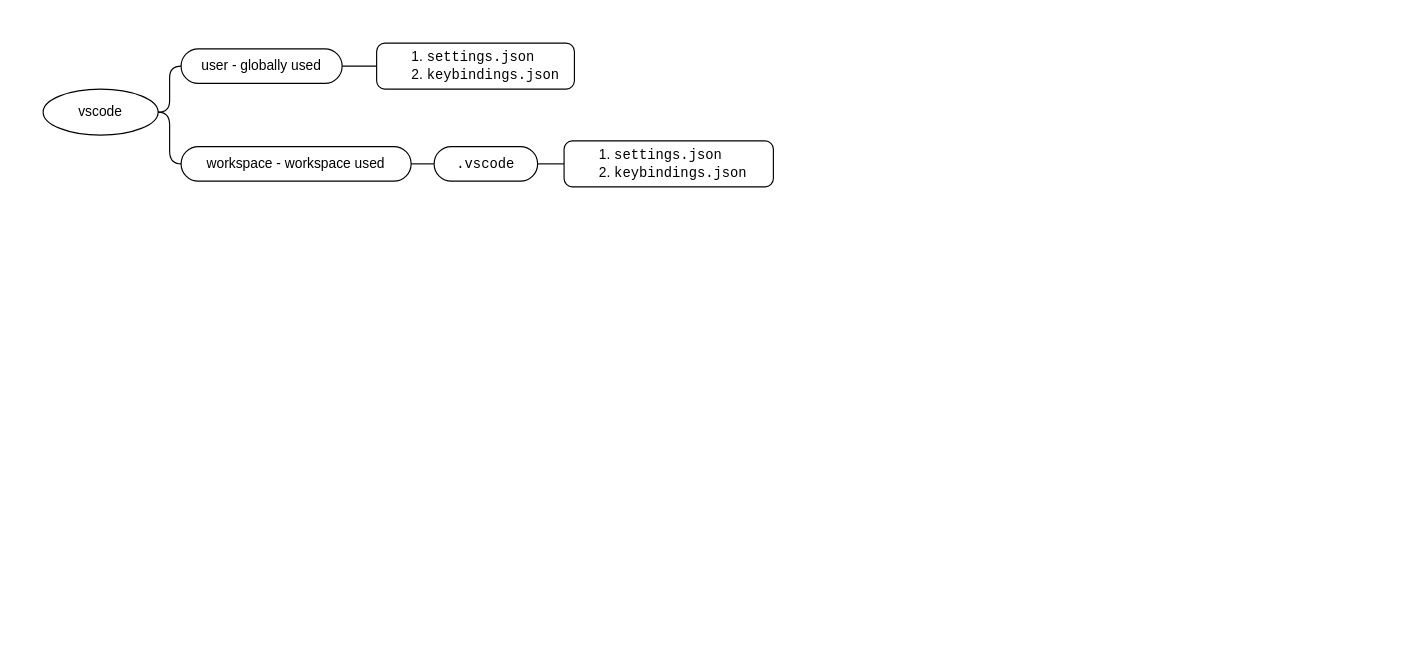
yangdj/tf_docs keeps this draw.io diagram as page "vscode" (1 of 4) of editor/vscode/vscode.drawio. Above is the earlier version. Source tidied: cells renumbered, new cells numbered last; positions are measured from the earlier drawing's top-left corner, leaving out a move shared by most shapes. Both pictures are drawn from the tidied source at 115%, with x=0, y=0 at pixel (20, 20).
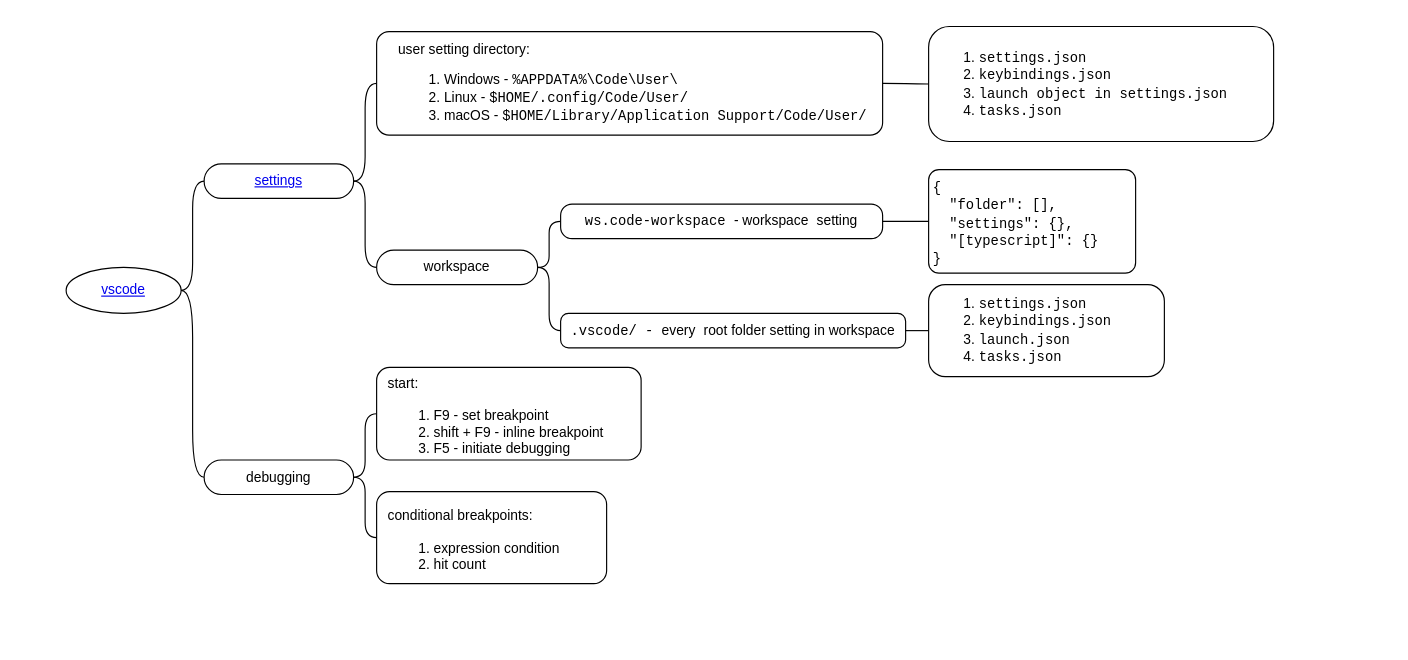
Above is the later version.

The edit, as a diff of the source:
```diff
@@
     <mxCell id="2" style="swimlane;html=1;startSize=20;horizontal=1;containerType=tree;fillColor=none;strokeColor=none;" parent="1" vertex="1">
-      <mxGeometry width="730" height="290" as="geometry" />
+      <mxGeometry width="1190" height="540" as="geometry" />
     </mxCell>
-    <mxCell id="3" style="edgeStyle=entityRelationEdgeStyle;startArrow=none;endArrow=none;segment=10;curved=1;" parent="2" edge="1" source="4" target="5">
+    <mxCell id="3" style="edgeStyle=entityRelationEdgeStyle;startArrow=none;endArrow=none;segment=10;curved=1;exitX=1;exitY=0.5;exitDx=0;exitDy=0;" parent="2" edge="1" source="19" target="5">
       <mxGeometry relative="1" as="geometry" />
     </mxCell>
-    <mxCell id="4" value="vscode" style="ellipse;whiteSpace=wrap;html=1;align=center;" parent="2" vertex="1">
-      <mxGeometry x="20" y="60" width="100" height="40" as="geometry" />
+    <mxCell id="4" value="&lt;a href=&quot;https://code.visualstudio.com/&quot;&gt;vscode&lt;/a&gt;" style="ellipse;whiteSpace=wrap;html=1;align=center;" parent="2" vertex="1">
+      <mxGeometry x="40" y="215" width="100" height="40" as="geometry" />
     </mxCell>
-    <mxCell id="5" value="user - globally used" style="whiteSpace=wrap;html=1;rounded=1;arcSize=50;align=center;verticalAlign=middle;strokeWidth=1;spacing=4;" parent="2" vertex="1">
-      <mxGeometry x="140" y="25" width="140" height="30" as="geometry" />
+    <mxCell id="5" value="user setting directory:&lt;br&gt;&lt;ol&gt;&lt;li&gt;Windows - &lt;font face=&quot;Courier New&quot;&gt;%APPDATA%\Code\User\&lt;/font&gt;&lt;/li&gt;&lt;li&gt;Linux - &lt;font face=&quot;Courier New&quot;&gt;$HOME/.config/Code/User/&lt;/font&gt;&lt;br&gt;&lt;/li&gt;&lt;li&gt;macOS -&amp;nbsp;&lt;font face=&quot;Courier New&quot;&gt;$HOME/Library/Application Support/Code/User/&lt;/font&gt;&lt;/li&gt;&lt;/ol&gt;" style="whiteSpace=wrap;html=1;rounded=1;arcSize=12;align=left;verticalAlign=top;strokeWidth=1;spacing=4;spacingLeft=15;" parent="2" vertex="1">
+      <mxGeometry x="310" y="10" width="440" height="90" as="geometry" />
     </mxCell>
@@
-    <mxCell id="7" value="&lt;ol&gt;&lt;li&gt;&lt;font face=&quot;Courier New&quot;&gt;settings.json&lt;/font&gt;&lt;/li&gt;&lt;li&gt;&lt;font face=&quot;Courier New&quot;&gt;keybindings.json&lt;/font&gt;&lt;/li&gt;&lt;/ol&gt;" style="whiteSpace=wrap;html=1;rounded=1;arcSize=18;align=left;verticalAlign=middle;strokeWidth=1;spacing=4;" parent="2" vertex="1">
-      <mxGeometry x="310" y="20" width="172" height="40" as="geometry" />
+    <mxCell id="7" value="&lt;ol&gt;&lt;li&gt;&lt;font face=&quot;Courier New&quot;&gt;settings.json&lt;/font&gt;&lt;/li&gt;&lt;li&gt;&lt;font face=&quot;Courier New&quot;&gt;keybindings.json&lt;/font&gt;&lt;/li&gt;&lt;li&gt;&lt;font face=&quot;Courier New&quot;&gt;launch object in settings.json&lt;/font&gt;&lt;/li&gt;&lt;li&gt;&lt;font face=&quot;Courier New&quot;&gt;tasks.json&lt;/font&gt;&lt;/li&gt;&lt;/ol&gt;" style="whiteSpace=wrap;html=1;rounded=1;arcSize=18;align=left;verticalAlign=middle;strokeWidth=1;spacing=4;" parent="2" vertex="1">
+      <mxGeometry x="790" y="5.5" width="300" height="100" as="geometry" />
     </mxCell>
-    <mxCell id="8" style="edgeStyle=entityRelationEdgeStyle;startArrow=none;endArrow=none;segment=10;curved=1;" parent="2" edge="1" source="4" target="9">
+    <mxCell id="8" style="edgeStyle=entityRelationEdgeStyle;startArrow=none;endArrow=none;segment=10;curved=1;exitX=1;exitY=0.5;exitDx=0;exitDy=0;" parent="2" edge="1" source="19" target="9">
       <mxGeometry relative="1" as="geometry" />
     </mxCell>
-    <mxCell id="9" value="workspace - workspace used" style="whiteSpace=wrap;html=1;rounded=1;arcSize=50;align=center;verticalAlign=middle;strokeWidth=1;spacing=4;" parent="2" vertex="1">
-      <mxGeometry x="140" y="110" width="200" height="30" as="geometry" />
+    <mxCell id="9" value="workspace" style="whiteSpace=wrap;html=1;rounded=1;arcSize=50;align=center;verticalAlign=middle;strokeWidth=1;spacing=4;" parent="2" vertex="1">
+      <mxGeometry x="310" y="200" width="140" height="30" as="geometry" />
     </mxCell>
@@
-    <mxCell id="11" value="&lt;font face=&quot;Courier New&quot;&gt;.vscode&lt;/font&gt;" style="whiteSpace=wrap;html=1;rounded=1;arcSize=50;align=center;verticalAlign=middle;strokeWidth=1;spacing=4;" parent="2" vertex="1">
-      <mxGeometry x="360" y="110" width="90" height="30" as="geometry" />
+    <mxCell id="11" value="&lt;font face=&quot;Courier New&quot;&gt;.vscode/ - &lt;/font&gt;every&lt;font face=&quot;Courier New&quot;&gt;&amp;nbsp;&lt;/font&gt;root folder setting in workspace" style="whiteSpace=wrap;html=1;rounded=1;arcSize=23;align=center;verticalAlign=middle;strokeWidth=1;spacing=4;" parent="2" vertex="1">
+      <mxGeometry x="470" y="255" width="300" height="30" as="geometry" />
     </mxCell>
@@
-    <mxCell id="13" value="&lt;ol&gt;&lt;li&gt;&lt;font face=&quot;Courier New&quot;&gt;settings.json&lt;/font&gt;&lt;/li&gt;&lt;li&gt;&lt;font face=&quot;Courier New&quot;&gt;keybindings.json&lt;/font&gt;&lt;/li&gt;&lt;/ol&gt;" style="whiteSpace=wrap;html=1;rounded=1;arcSize=18;align=left;verticalAlign=middle;strokeWidth=1;spacing=4;" parent="2" vertex="1">
-      <mxGeometry x="473" y="105" width="182" height="40" as="geometry" />
+    <mxCell id="13" value="&lt;ol&gt;&lt;li&gt;&lt;font face=&quot;Courier New&quot;&gt;settings.json&lt;/font&gt;&lt;/li&gt;&lt;li&gt;&lt;font face=&quot;Courier New&quot;&gt;keybindings.json&lt;/font&gt;&lt;/li&gt;&lt;li&gt;&lt;font face=&quot;Courier New&quot;&gt;launch.json&lt;/font&gt;&lt;/li&gt;&lt;li&gt;&lt;font face=&quot;Courier New&quot;&gt;tasks.json&lt;/font&gt;&lt;/li&gt;&lt;/ol&gt;" style="whiteSpace=wrap;html=1;rounded=1;arcSize=18;align=left;verticalAlign=middle;strokeWidth=1;spacing=4;" parent="2" vertex="1">
+      <mxGeometry x="790" y="230" width="205" height="80" as="geometry" />
     </mxCell>
+    <mxCell id="14" style="edgeStyle=entityRelationEdgeStyle;startArrow=none;endArrow=none;segment=10;curved=1;exitX=1;exitY=0.5;exitDx=0;exitDy=0;" parent="2" edge="1" source="9" target="15">
+      <mxGeometry relative="1" as="geometry" />
+    </mxCell>
+    <mxCell id="15" value="&lt;font face=&quot;Courier New&quot;&gt;ws.code-workspace &lt;/font&gt;- workspace&lt;font face=&quot;Courier New&quot;&gt;&amp;nbsp;&lt;/font&gt;setting" style="whiteSpace=wrap;html=1;rounded=1;arcSize=33;align=center;verticalAlign=middle;strokeWidth=1;spacing=4;" parent="2" vertex="1">
+      <mxGeometry x="470" y="160" width="280" height="30" as="geometry" />
+    </mxCell>
+    <mxCell id="16" style="edgeStyle=entityRelationEdgeStyle;startArrow=none;endArrow=none;segment=10;curved=1;exitX=1;exitY=0.5;exitDx=0;exitDy=0;entryX=0;entryY=0.5;entryDx=0;entryDy=0;" parent="2" edge="1" source="15" target="17">
+      <mxGeometry relative="1" as="geometry" />
+    </mxCell>
+    <mxCell id="17" value="&lt;font face=&quot;Courier New&quot; style=&quot;font-size: 12px&quot;&gt;{&lt;br&gt;&amp;nbsp; &quot;folder&quot;: [],&lt;br&gt;&amp;nbsp; &quot;settings&quot;: {},&lt;br&gt;&amp;nbsp; &quot;[typescript]&quot;: {}&lt;br&gt;}&lt;br&gt;&lt;/font&gt;" style="whiteSpace=wrap;html=1;rounded=1;arcSize=10;align=left;verticalAlign=top;strokeWidth=1;spacing=4;" parent="2" vertex="1">
+      <mxGeometry x="790" y="130" width="180" height="90" as="geometry" />
+    </mxCell>
+    <mxCell id="18" style="edgeStyle=entityRelationEdgeStyle;startArrow=none;endArrow=none;segment=10;curved=1;" parent="2" edge="1" source="4" target="19">
+      <mxGeometry relative="1" as="geometry" />
+    </mxCell>
+    <mxCell id="19" value="&lt;a href=&quot;https://code.visualstudio.com/docs/getstarted/settings&quot;&gt;settings&lt;/a&gt;" style="whiteSpace=wrap;html=1;rounded=1;arcSize=50;align=center;verticalAlign=middle;strokeWidth=1;spacing=4;" parent="2" vertex="1">
+      <mxGeometry x="160" y="125" width="130" height="30" as="geometry" />
+    </mxCell>
+    <mxCell id="20" style="edgeStyle=entityRelationEdgeStyle;startArrow=none;endArrow=none;segment=10;curved=1;" parent="2" edge="1" source="4" target="21">
+      <mxGeometry relative="1" as="geometry" />
+    </mxCell>
+    <mxCell id="21" value="debugging" style="whiteSpace=wrap;html=1;rounded=1;arcSize=50;align=center;verticalAlign=middle;strokeWidth=1;spacing=4;" parent="2" vertex="1">
+      <mxGeometry x="160" y="382.5" width="130" height="30" as="geometry" />
+    </mxCell>
+    <mxCell id="22" style="edgeStyle=entityRelationEdgeStyle;startArrow=none;endArrow=none;segment=10;curved=1;" parent="2" edge="1" source="21" target="23">
+      <mxGeometry relative="1" as="geometry" />
+    </mxCell>
+    <mxCell id="23" value="&lt;h3&gt;&lt;span style=&quot;font-size: 12px ; font-weight: normal&quot;&gt;start:&lt;/span&gt;&lt;br&gt;&lt;/h3&gt;&lt;ol&gt;&lt;li&gt;F9 - set breakpoint&lt;/li&gt;&lt;li&gt;shift + F9 - inline breakpoint&lt;/li&gt;&lt;li&gt;F5 - initiate debugging&amp;nbsp;&lt;/li&gt;&lt;/ol&gt;" style="whiteSpace=wrap;html=1;rounded=1;arcSize=14;align=left;verticalAlign=middle;strokeWidth=1;spacing=4;spacingLeft=6;" parent="2" vertex="1">
+      <mxGeometry x="310" y="302" width="230" height="80.5" as="geometry" />
+    </mxCell>
+    <mxCell id="24" style="edgeStyle=entityRelationEdgeStyle;startArrow=none;endArrow=none;segment=10;curved=1;" parent="2" edge="1" source="21" target="25">
+      <mxGeometry relative="1" as="geometry" />
+    </mxCell>
+    <mxCell id="25" value="&lt;h3&gt;&lt;span style=&quot;font-size: 12px ; font-weight: normal&quot;&gt;conditional breakpoints:&lt;/span&gt;&lt;br&gt;&lt;/h3&gt;&lt;ol&gt;&lt;li&gt;expression condition&lt;/li&gt;&lt;li&gt;hit count&amp;nbsp;&lt;/li&gt;&lt;/ol&gt;" style="whiteSpace=wrap;html=1;rounded=1;arcSize=14;align=left;verticalAlign=middle;strokeWidth=1;spacing=4;spacingLeft=6;" parent="2" vertex="1">
+      <mxGeometry x="310" y="410" width="200" height="80" as="geometry" />
+    </mxCell>
```
